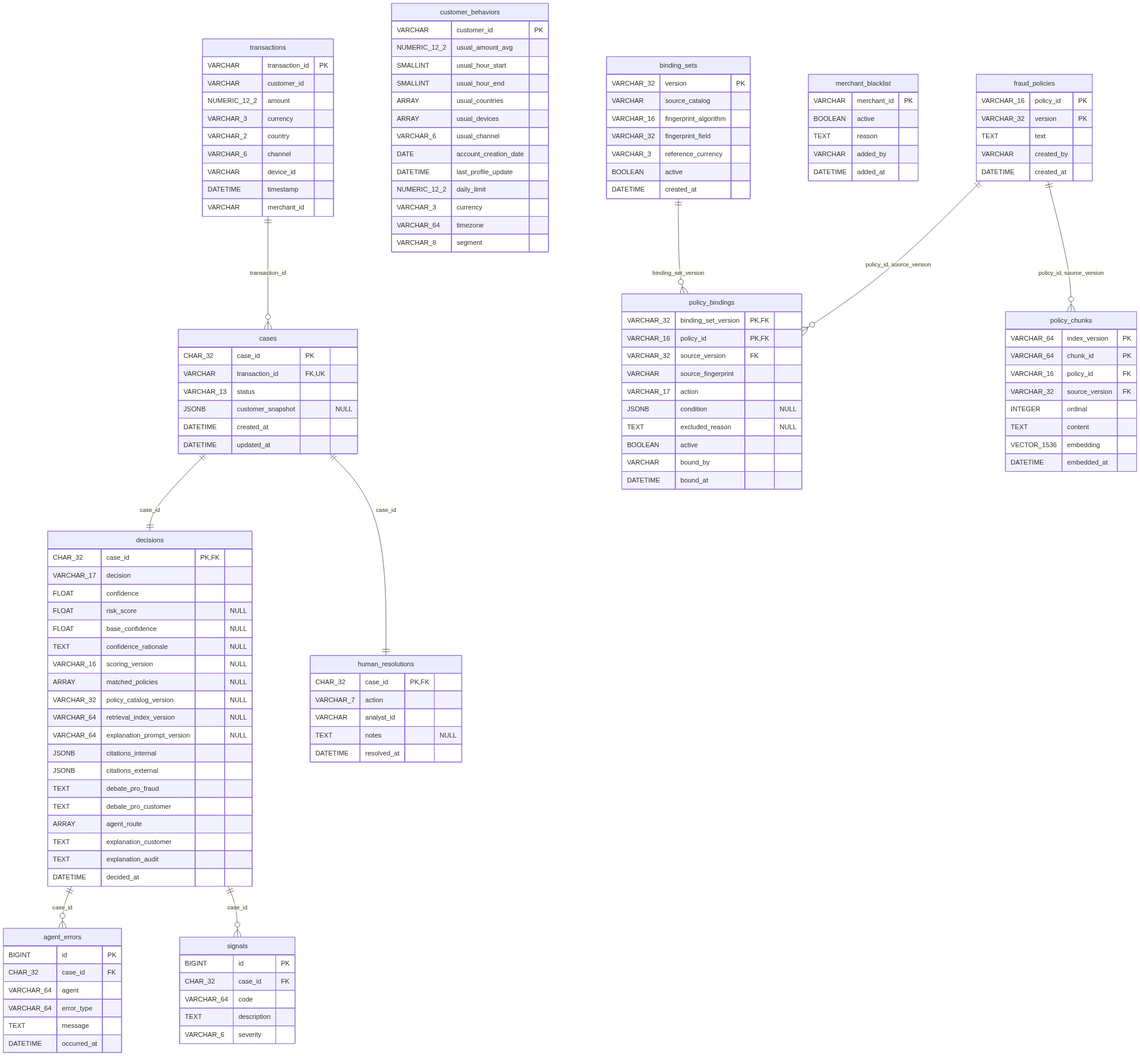
Before: docs/diagrams/data_model.png, a diagram exported from Mermaid (Nicolas-Torres/multiagent-fraud-detection). Its source is kept beside it as docs/diagrams/data_model.mmd. The source it was exported from:
```mermaid
erDiagram
    binding_sets {
        VARCHAR_32 version PK
        VARCHAR source_catalog
        VARCHAR_16 fingerprint_algorithm
        VARCHAR_32 fingerprint_field
        VARCHAR_3 reference_currency
        BOOLEAN active
        DATETIME created_at
    }
    customer_behaviors {
        VARCHAR customer_id PK
        NUMERIC_12_2 usual_amount_avg
        SMALLINT usual_hour_start
        SMALLINT usual_hour_end
        ARRAY usual_countries
        ARRAY usual_devices
        VARCHAR_6 usual_channel
        DATE account_creation_date
        DATETIME last_profile_update
        NUMERIC_12_2 daily_limit
        VARCHAR_3 currency
        VARCHAR_64 timezone
        VARCHAR_8 segment
    }
    fraud_policies {
        VARCHAR_16 policy_id PK
        VARCHAR_32 version PK
        TEXT text
        VARCHAR created_by
        DATETIME created_at
    }
    merchant_blacklist {
        VARCHAR merchant_id PK
        BOOLEAN active
        TEXT reason
        VARCHAR added_by
        DATETIME added_at
    }
    transactions {
        VARCHAR transaction_id PK
        VARCHAR customer_id
        NUMERIC_12_2 amount
        VARCHAR_3 currency
        VARCHAR_2 country
        VARCHAR_6 channel
        VARCHAR device_id
        DATETIME timestamp
        VARCHAR merchant_id
    }
    cases {
        CHAR_32 case_id PK
        VARCHAR transaction_id FK, UK
        VARCHAR_13 status
        JSONB customer_snapshot "NULL"
        DATETIME created_at
        DATETIME updated_at
    }
    policy_bindings {
        VARCHAR_32 binding_set_version PK, FK
        VARCHAR_16 policy_id PK, FK
        VARCHAR_32 source_version FK
        VARCHAR source_fingerprint
        VARCHAR_17 action
        JSONB condition "NULL"
        TEXT excluded_reason "NULL"
        BOOLEAN active
        VARCHAR bound_by
        DATETIME bound_at
    }
    policy_chunks {
        VARCHAR_64 index_version PK
        VARCHAR_64 chunk_id PK
        VARCHAR_16 policy_id FK
        VARCHAR_32 source_version FK
        INTEGER ordinal
        TEXT content
        VECTOR_1536 embedding
        DATETIME embedded_at
    }
    decisions {
        CHAR_32 case_id PK, FK
        VARCHAR_17 decision
        FLOAT confidence
        FLOAT risk_score "NULL"
        FLOAT base_confidence "NULL"
        TEXT confidence_rationale "NULL"
        VARCHAR_16 scoring_version "NULL"
        ARRAY matched_policies "NULL"
        VARCHAR_32 policy_catalog_version "NULL"
        VARCHAR_64 retrieval_index_version "NULL"
        VARCHAR_64 explanation_prompt_version "NULL"
        JSONB citations_internal
        JSONB citations_external
        TEXT debate_pro_fraud
        TEXT debate_pro_customer
        ARRAY agent_route
        TEXT explanation_customer
        TEXT explanation_audit
        DATETIME decided_at
    }
    human_resolutions {
        CHAR_32 case_id PK, FK
        VARCHAR_7 action
        VARCHAR analyst_id
        TEXT notes "NULL"
        DATETIME resolved_at
    }
    agent_errors {
        BIGINT id PK
        CHAR_32 case_id FK
        VARCHAR_64 agent
        VARCHAR_64 error_type
        TEXT message
        DATETIME occurred_at
    }
    signals {
        BIGINT id PK
        CHAR_32 case_id FK
        VARCHAR_64 code
        TEXT description
        VARCHAR_6 severity
    }

    transactions ||--o{ cases : "transaction_id"
    binding_sets ||--o{ policy_bindings : "binding_set_version"
    fraud_policies ||--o{ policy_bindings : "policy_id, source_version"
    fraud_policies ||--o{ policy_chunks : "policy_id, source_version"
    cases ||--|| decisions : "case_id"
    cases ||--|| human_resolutions : "case_id"
    decisions ||--o{ agent_errors : "case_id"
    decisions ||--o{ signals : "case_id"
```
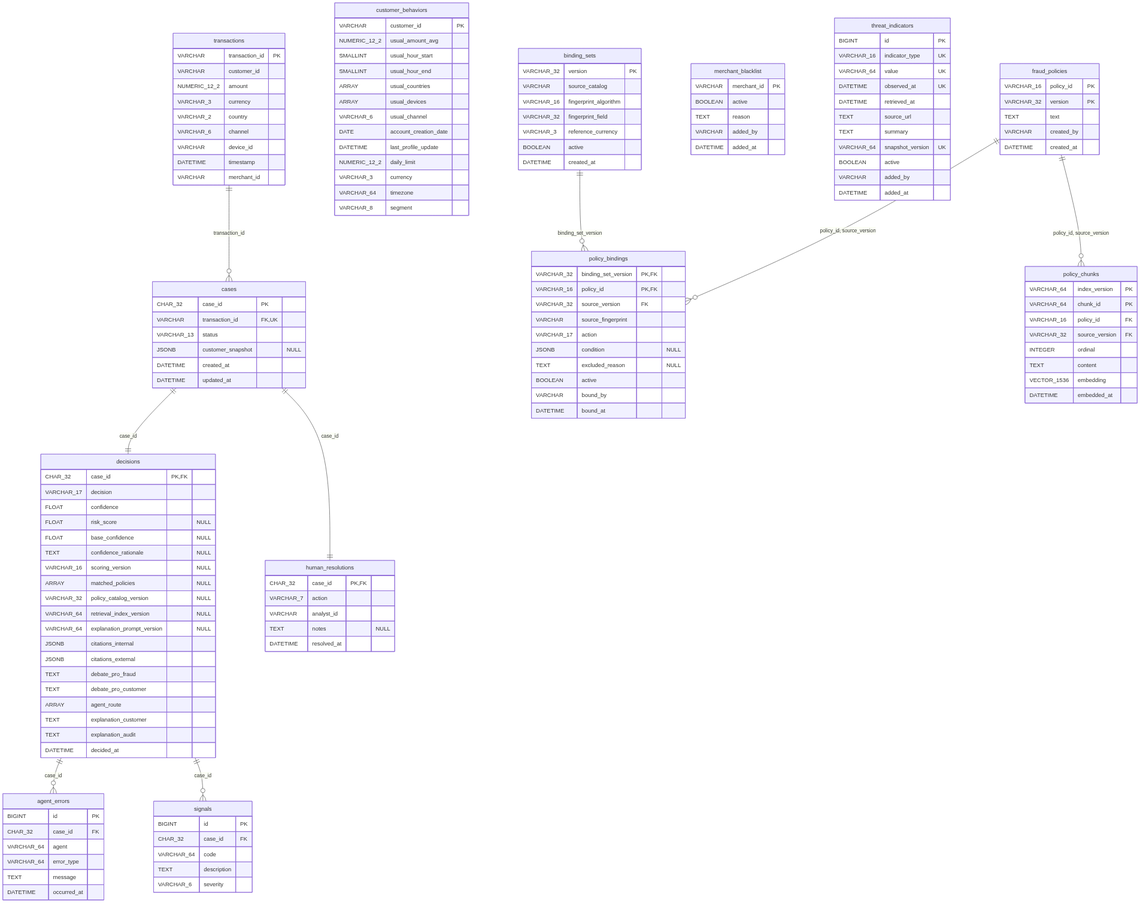
After the commit.

Commit message:
feat(db): add threat_indicators governance table

What changed in the source:
```diff
@@ -34,6 +34,19 @@
         VARCHAR merchant_id PK
         BOOLEAN active
         TEXT reason
+        VARCHAR added_by
+        DATETIME added_at
+    }
+    threat_indicators {
+        BIGINT id PK
+        VARCHAR_16 indicator_type UK
+        VARCHAR_64 value UK
+        DATETIME observed_at UK
+        DATETIME retrieved_at
+        TEXT source_url
+        TEXT summary
+        VARCHAR_64 snapshot_version UK
+        BOOLEAN active
         VARCHAR added_by
         DATETIME added_at
     }
```
